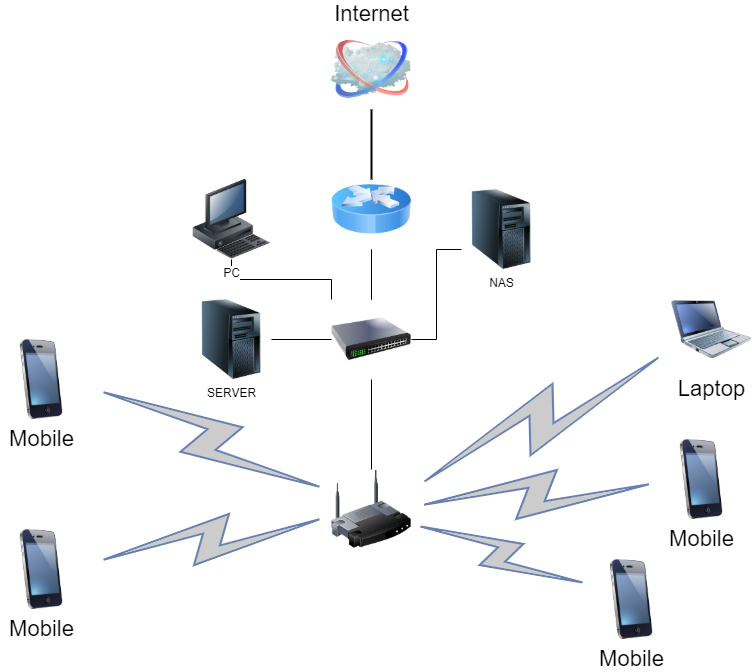
Above: 03-sysadmin-08-net/home_net.drawio.png in EvdokimovAlexandr/devops-netology (draw.io), before the change. Source tidied: cells renumbered, new cells last; positions are measured from the earlier drawing's top-left corner, leaving out a move shared by most shapes.
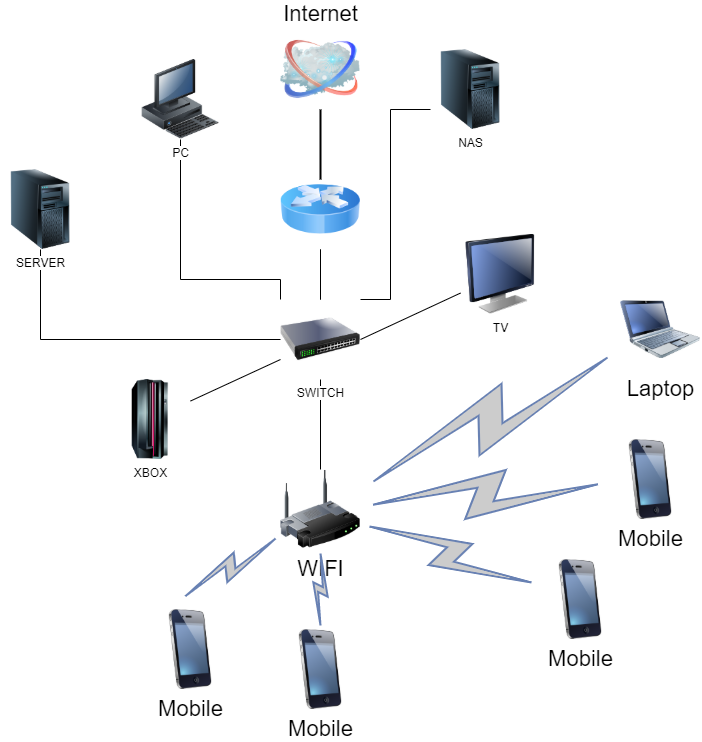
Later version of the same file.

Diff of the diagram source:
```diff
@@ -2,7 +2,7 @@
   <root>
     <mxCell id="0" />
     <mxCell id="1" parent="0" />
-    <mxCell id="2" style="image;html=1;labelBackgroundColor=#ffffff;image=img/lib/clip_art/networking/Wireless_Router_128x128.png;rounded=1;shadow=0;comic=0;strokeWidth=2;fontSize=22;" parent="1" vertex="1">
+    <mxCell id="2" value="WIFI" style="image;html=1;labelBackgroundColor=#ffffff;image=img/lib/clip_art/networking/Wireless_Router_128x128.png;rounded=1;shadow=0;comic=0;strokeWidth=2;fontSize=22;" parent="1" vertex="1">
       <mxGeometry x="330" y="440" width="80" height="80" as="geometry" />
     </mxCell>
     <mxCell id="3" value="Internet" style="image;html=1;labelBackgroundColor=#ffffff;image=img/lib/clip_art/networking/Cloud_128x128.png;rounded=1;shadow=0;comic=0;strokeWidth=2;fontSize=22;labelPosition=center;verticalLabelPosition=top;align=center;verticalAlign=bottom;" parent="1" vertex="1">
@@ -21,13 +21,11 @@
     </mxCell>
     <mxCell id="7" style="html=1;fillColor=#CCCCCC;strokeColor=#6881B3;gradientColor=none;gradientDirection=north;strokeWidth=2;shape=mxgraph.networks.comm_link_edge;html=1;labelBackgroundColor=none;endArrow=none;fontFamily=Verdana;fontSize=22;fontColor=#000000;" parent="1" edge="1" target="2">
       <mxGeometry relative="1" as="geometry">
-        <mxPoint x="90" y="357.5" as="sourcePoint" />
+        <mxPoint x="230" y="570" as="sourcePoint" />
       </mxGeometry>
     </mxCell>
-    <mxCell id="8" style="html=1;fillColor=#CCCCCC;strokeColor=#6881B3;gradientColor=none;gradientDirection=north;strokeWidth=2;shape=mxgraph.networks.comm_link_edge;html=1;labelBackgroundColor=none;endArrow=none;fontFamily=Verdana;fontSize=22;fontColor=#000000;fontStyle=1;" parent="1" edge="1" target="2">
-      <mxGeometry relative="1" as="geometry">
-        <mxPoint x="90" y="532.5" as="sourcePoint" />
-      </mxGeometry>
+    <mxCell id="8" style="html=1;fillColor=#CCCCCC;strokeColor=#6881B3;gradientColor=none;gradientDirection=north;strokeWidth=2;shape=mxgraph.networks.comm_link_edge;html=1;labelBackgroundColor=none;endArrow=none;fontFamily=Verdana;fontSize=22;fontColor=#000000;fontStyle=1;" parent="1" edge="1" source="24" target="2">
+      <mxGeometry relative="1" as="geometry" />
     </mxCell>
     <mxCell id="9" style="html=1;fillColor=#CCCCCC;strokeColor=#6881B3;gradientColor=none;gradientDirection=north;strokeWidth=2;shape=mxgraph.networks.comm_link_edge;html=1;labelBackgroundColor=none;endArrow=none;fontFamily=Verdana;fontSize=22;fontColor=#000000;" parent="1" edge="1" target="2">
       <mxGeometry relative="1" as="geometry">
@@ -55,14 +53,14 @@
     <mxCell id="16" style="edgeStyle=orthogonalEdgeStyle;rounded=0;jettySize=auto;html=1;endArrow=none;endFill=0;" parent="1" edge="1" source="17" target="18">
       <mxGeometry relative="1" as="geometry" />
     </mxCell>
-    <mxCell id="17" style="image;html=1;image=img/lib/clip_art/networking/Switch_128x128.png;" parent="1" vertex="1">
+    <mxCell id="17" value="SWITCH" style="image;html=1;image=img/lib/clip_art/networking/Switch_128x128.png;" parent="1" vertex="1">
       <mxGeometry x="330" y="270" width="80" height="80" as="geometry" />
     </mxCell>
     <mxCell id="18" value="SERVER" style="image;html=1;image=img/lib/clip_art/computers/Server_Tower_128x128.png;" parent="1" vertex="1">
-      <mxGeometry x="190" y="270" width="80" height="80" as="geometry" />
+      <mxGeometry x="50" y="140" width="80" height="80" as="geometry" />
     </mxCell>
     <mxCell id="19" value="NAS" style="image;html=1;image=img/lib/clip_art/computers/Server_Tower_128x128.png;" parent="1" vertex="1">
-      <mxGeometry x="460" y="160" width="80" height="80" as="geometry" />
+      <mxGeometry x="480" y="20" width="80" height="80" as="geometry" />
     </mxCell>
     <mxCell id="20" style="edgeStyle=orthogonalEdgeStyle;rounded=0;jettySize=auto;html=1;endArrow=none;endFill=0;entryX=0;entryY=0;entryDx=0;entryDy=0;" parent="1" edge="1" source="21" target="17">
       <mxGeometry relative="1" as="geometry">
@@ -73,19 +71,36 @@
       </mxGeometry>
     </mxCell>
     <mxCell id="21" value="PC" style="image;html=1;image=img/lib/clip_art/computers/Workstation_128x128.png;" parent="1" vertex="1">
-      <mxGeometry x="190" y="150" width="80" height="80" as="geometry" />
+      <mxGeometry x="190" y="30" width="80" height="80" as="geometry" />
     </mxCell>
-    <mxCell id="22" style="edgeStyle=orthogonalEdgeStyle;rounded=0;jettySize=auto;html=1;endArrow=none;endFill=0;exitX=0;exitY=0.75;exitDx=0;exitDy=0;entryX=1;entryY=0.5;entryDx=0;entryDy=0;" parent="1" edge="1" source="19" target="17">
-      <mxGeometry relative="1" as="geometry" />
+    <mxCell id="22" style="edgeStyle=orthogonalEdgeStyle;rounded=0;jettySize=auto;html=1;endArrow=none;endFill=0;exitX=0;exitY=0.75;exitDx=0;exitDy=0;entryX=1;entryY=0;entryDx=0;entryDy=0;" parent="1" edge="1" source="19" target="17">
+      <mxGeometry relative="1" as="geometry">
+        <Array as="points">
+          <mxPoint x="440" y="80" />
+          <mxPoint x="440" y="270" />
+        </Array>
+      </mxGeometry>
     </mxCell>
     <mxCell id="23" value="Mobile" style="image;html=1;labelBackgroundColor=#ffffff;image=img/lib/clip_art/telecommunication/iPhone_128x128.png;rounded=1;shadow=0;comic=0;strokeWidth=2;fontSize=22;" parent="1" vertex="1">
       <mxGeometry x="590" y="530" width="80" height="80" as="geometry" />
     </mxCell>
     <mxCell id="24" value="Mobile" style="image;html=1;labelBackgroundColor=#ffffff;image=img/lib/clip_art/telecommunication/iPhone_128x128.png;rounded=1;shadow=0;comic=0;strokeWidth=2;fontSize=22;" parent="1" vertex="1">
-      <mxGeometry y="500" width="80" height="80" as="geometry" />
+      <mxGeometry x="330" y="600" width="80" height="80" as="geometry" />
     </mxCell>
     <mxCell id="25" value="Mobile" style="image;html=1;labelBackgroundColor=#ffffff;image=img/lib/clip_art/telecommunication/iPhone_128x128.png;rounded=1;shadow=0;comic=0;strokeWidth=2;fontSize=22;" parent="1" vertex="1">
-      <mxGeometry y="310" width="80" height="80" as="geometry" />
+      <mxGeometry x="200" y="580" width="80" height="80" as="geometry" />
     </mxCell>
+    <mxCell id="26" value="TV" style="image;html=1;image=img/lib/clip_art/computers/Monitor_128x128.png;" parent="1" vertex="1">
+      <mxGeometry x="510" y="205" width="80" height="80" as="geometry" />
+    </mxCell>
+    <mxCell id="27" style="endArrow=none;html=1;rounded=0;entryX=1;entryY=0.5;entryDx=0;entryDy=0;" parent="1" edge="1" source="26" target="17">
+      <mxGeometry relative="1" as="geometry" />
+    </mxCell>
+    <mxCell id="28" value="XBOX" style="image;html=1;image=img/lib/clip_art/computers/Mainframe_128x128.png;" parent="1" vertex="1">
+      <mxGeometry x="160" y="350" width="80" height="80" as="geometry" />
+    </mxCell>
+    <mxCell id="29" style="endArrow=none;html=1;rounded=0;entryX=0;entryY=0.75;entryDx=0;entryDy=0;" parent="1" edge="1" source="28" target="17">
+      <mxGeometry relative="1" as="geometry" />
+    </mxCell>
   </root>
 </mxGraphModel>
```
